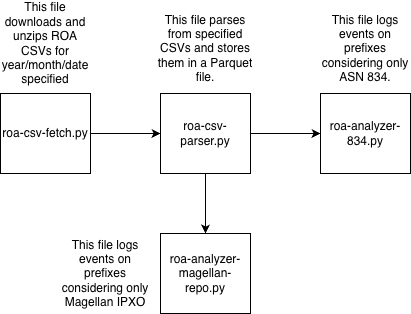
Before: img/curr.png, a diagram exported from draw.io (rak108/RPKI-ROA-Dynamics). Source tidied: cells renumbered, new cells last; positions are measured from the earlier drawing's top-left corner, leaving out a move shared by most shapes. The source it was exported from:
```xml
<mxGraphModel background="#ffffff">
  <root>
    <mxCell id="0" />
    <mxCell id="1" parent="0" />
    <mxCell id="2" style="edgeStyle=orthogonalEdgeStyle;rounded=0;jettySize=auto;html=1;" parent="1" edge="1" source="3" target="6">
      <mxGeometry relative="1" as="geometry" />
    </mxCell>
    <mxCell id="3" value="roa-csv-fetch.py" style="rounded=0;whiteSpace=wrap;html=1;" parent="1" vertex="1">
      <mxGeometry y="90" width="90" height="80" as="geometry" />
    </mxCell>
    <mxCell id="4" style="edgeStyle=orthogonalEdgeStyle;rounded=0;jettySize=auto;html=1;entryX=0;entryY=0.5;entryDx=0;entryDy=0;" parent="1" edge="1" source="6" target="9">
      <mxGeometry relative="1" as="geometry" />
    </mxCell>
    <mxCell id="5" style="edgeStyle=orthogonalEdgeStyle;rounded=0;jettySize=auto;html=1;entryX=0.5;entryY=0;entryDx=0;entryDy=0;" parent="1" edge="1" source="6" target="10">
      <mxGeometry relative="1" as="geometry" />
    </mxCell>
    <mxCell id="6" value="roa-csv-parser.py" style="rounded=0;whiteSpace=wrap;html=1;" parent="1" vertex="1">
      <mxGeometry x="160" y="90" width="90" height="80" as="geometry" />
    </mxCell>
    <mxCell id="7" value="This file downloads and unzips ROA CSVs for year/month/date specified" style="text;html=1;whiteSpace=wrap;align=center;verticalAlign=middle;rounded=0;" parent="1" vertex="1">
      <mxGeometry width="90" height="80" as="geometry" />
    </mxCell>
    <mxCell id="8" value="This file parses from specified CSVs and stores them in a Parquet file." style="text;html=1;whiteSpace=wrap;align=center;verticalAlign=middle;rounded=0;" parent="1" vertex="1">
      <mxGeometry x="150" width="110" height="90" as="geometry" />
    </mxCell>
    <mxCell id="9" value="roa-analyzer-834.py" style="rounded=0;whiteSpace=wrap;html=1;" parent="1" vertex="1">
      <mxGeometry x="320" y="90" width="90" height="80" as="geometry" />
    </mxCell>
    <mxCell id="10" value="roa-analyzer-magellan-repo.py" style="rounded=0;whiteSpace=wrap;html=1;" parent="1" vertex="1">
      <mxGeometry x="160" y="230" width="90" height="80" as="geometry" />
    </mxCell>
    <mxCell id="11" value="This file logs events on prefixes considering only ASN 834." style="text;html=1;whiteSpace=wrap;align=center;verticalAlign=middle;rounded=0;" parent="1" vertex="1">
      <mxGeometry x="320" y="10" width="90" height="70" as="geometry" />
    </mxCell>
    <mxCell id="12" value="This file logs events on prefixes considering only Magellan IPXO" style="text;html=1;whiteSpace=wrap;align=center;verticalAlign=middle;rounded=0;" parent="1" vertex="1">
      <mxGeometry x="60" y="230" width="90" height="80" as="geometry" />
    </mxCell>
  </root>
</mxGraphModel>
```
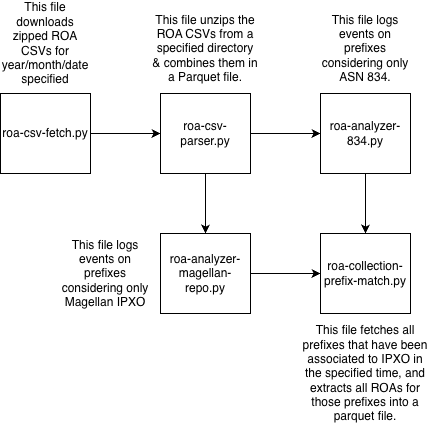
Above is the later version.

Diff of the diagram source:
```diff
@@ -17,15 +17,21 @@
     <mxCell id="6" value="roa-csv-parser.py" style="rounded=0;whiteSpace=wrap;html=1;" parent="1" vertex="1">
       <mxGeometry x="160" y="90" width="90" height="80" as="geometry" />
     </mxCell>
-    <mxCell id="7" value="This file downloads and unzips ROA CSVs for year/month/date specified" style="text;html=1;whiteSpace=wrap;align=center;verticalAlign=middle;rounded=0;" parent="1" vertex="1">
+    <mxCell id="7" value="This file downloads zipped ROA CSVs for year/month/date specified" style="text;html=1;whiteSpace=wrap;align=center;verticalAlign=middle;rounded=0;" parent="1" vertex="1">
       <mxGeometry width="90" height="80" as="geometry" />
     </mxCell>
-    <mxCell id="8" value="This file parses from specified CSVs and stores them in a Parquet file." style="text;html=1;whiteSpace=wrap;align=center;verticalAlign=middle;rounded=0;" parent="1" vertex="1">
+    <mxCell id="8" value="This file unzips the ROA CSVs from a specified directory &amp;amp; combines them in a Parquet file." style="text;html=1;whiteSpace=wrap;align=center;verticalAlign=middle;rounded=0;" parent="1" vertex="1">
       <mxGeometry x="150" width="110" height="90" as="geometry" />
     </mxCell>
+    <mxCell id="13" style="edgeStyle=orthogonalEdgeStyle;rounded=0;jettySize=auto;html=1;" parent="1" edge="1" source="9" target="15">
+      <mxGeometry relative="1" as="geometry" />
+    </mxCell>
     <mxCell id="9" value="roa-analyzer-834.py" style="rounded=0;whiteSpace=wrap;html=1;" parent="1" vertex="1">
       <mxGeometry x="320" y="90" width="90" height="80" as="geometry" />
     </mxCell>
+    <mxCell id="14" style="edgeStyle=orthogonalEdgeStyle;rounded=0;jettySize=auto;html=1;" parent="1" edge="1" source="10" target="15">
+      <mxGeometry relative="1" as="geometry" />
+    </mxCell>
     <mxCell id="10" value="roa-analyzer-magellan-repo.py" style="rounded=0;whiteSpace=wrap;html=1;" parent="1" vertex="1">
       <mxGeometry x="160" y="230" width="90" height="80" as="geometry" />
     </mxCell>
@@ -35,5 +41,11 @@
     <mxCell id="12" value="This file logs events on prefixes considering only Magellan IPXO" style="text;html=1;whiteSpace=wrap;align=center;verticalAlign=middle;rounded=0;" parent="1" vertex="1">
       <mxGeometry x="60" y="230" width="90" height="80" as="geometry" />
     </mxCell>
+    <mxCell id="15" value="roa-collection-prefix-match.py" style="rounded=0;whiteSpace=wrap;html=1;" parent="1" vertex="1">
+      <mxGeometry x="320" y="230" width="90" height="80" as="geometry" />
+    </mxCell>
+    <mxCell id="16" value="This file fetches all prefixes that have been associated to IPXO in the specified time, and extracts all ROAs for those prefixes into a parquet file." style="text;html=1;whiteSpace=wrap;align=center;verticalAlign=middle;rounded=0;" parent="1" vertex="1">
+      <mxGeometry x="300" y="330" width="130" height="80" as="geometry" />
+    </mxCell>
   </root>
 </mxGraphModel>
```
